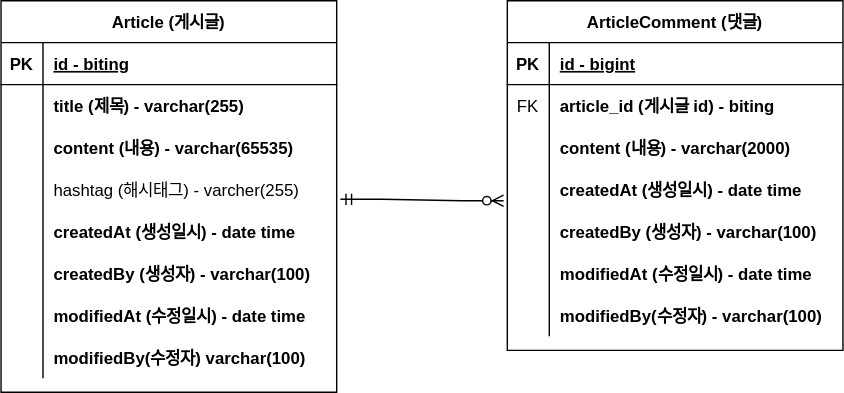
This is document/springboot-project-board-erd.svg from primarchan/board-springboot-project, a draw.io export, as it was before one commit. Source tidied: cells renumbered, new cells last; positions are measured from the earlier drawing's top-left corner, leaving out a move shared by most shapes.
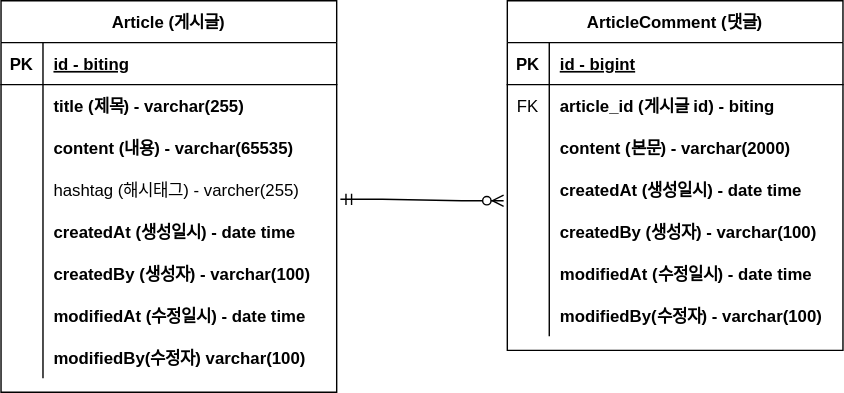
The same file after the commit.

What changed in the source:
```diff
@@ -104,7 +104,7 @@
     <mxCell id="35" style="shape=partialRectangle;fillColor=none;top=0;left=0;bottom=0;right=0;overflow=hidden;" parent="34" vertex="1">
       <mxGeometry width="30" height="30" as="geometry" />
     </mxCell>
-    <mxCell id="36" value="content (내용) - varchar(2000)" style="shape=partialRectangle;fillColor=none;top=0;left=0;bottom=0;right=0;align=left;spacingLeft=6;overflow=hidden;fontStyle=1;" parent="34" vertex="1">
+    <mxCell id="36" value="content (본문) - varchar(2000)" style="shape=partialRectangle;fillColor=none;top=0;left=0;bottom=0;right=0;align=left;spacingLeft=6;overflow=hidden;fontStyle=1;" parent="34" vertex="1">
       <mxGeometry x="30" width="210" height="30" as="geometry" />
     </mxCell>
     <mxCell id="37" style="shape=tableRow;horizontal=0;startSize=0;swimlaneHead=0;swimlaneBody=0;fillColor=none;points=[[0,0.5],[1,0.5]];portConstraint=eastwest;top=0;left=0;right=0;bottom=0;" parent="27" vertex="1">
```
